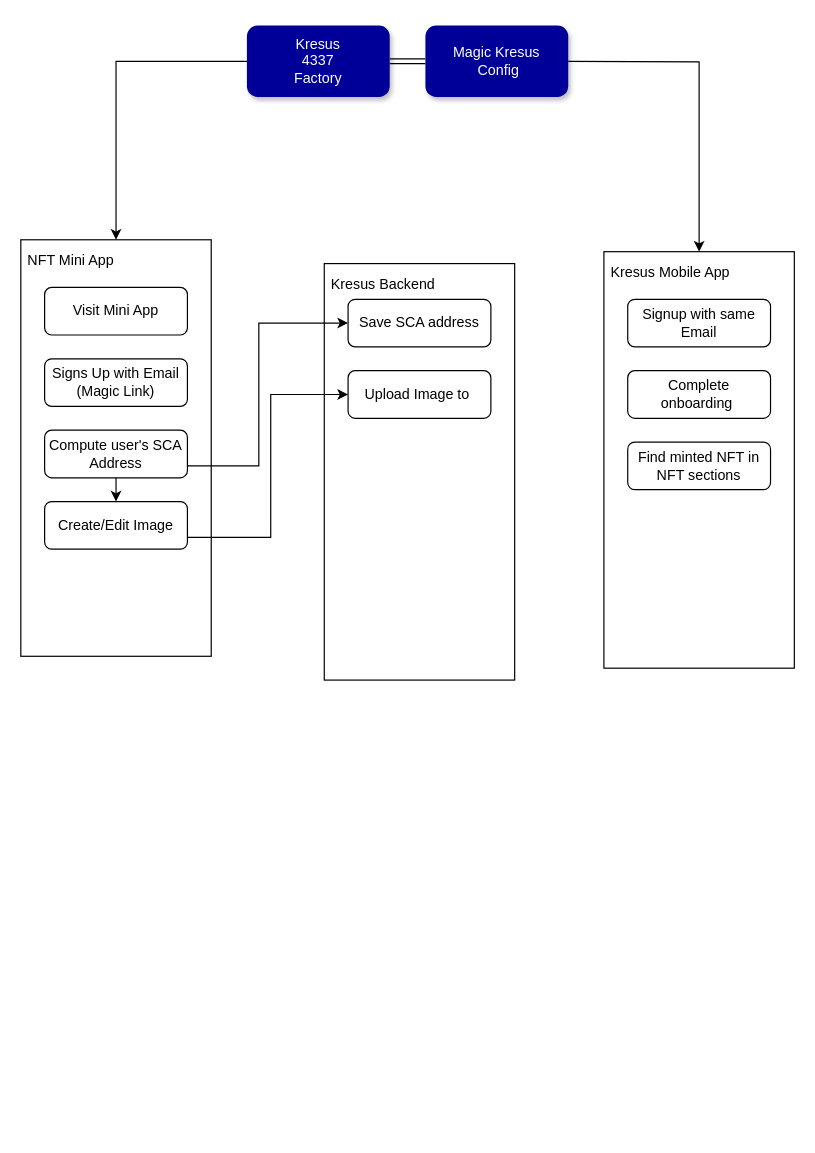
The draw.io diagram Kresus-miniApps.drawio in ali-05-ahmed/Concept-Diagrams, before the edit. Source tidied: cells renumbered, new cells numbered last; positions are measured from the earlier drawing's top-left corner, leaving out a move shared by most shapes. Both pictures are drawn from the tidied source at 119%, with x=0, y=0 at pixel (20, 25).
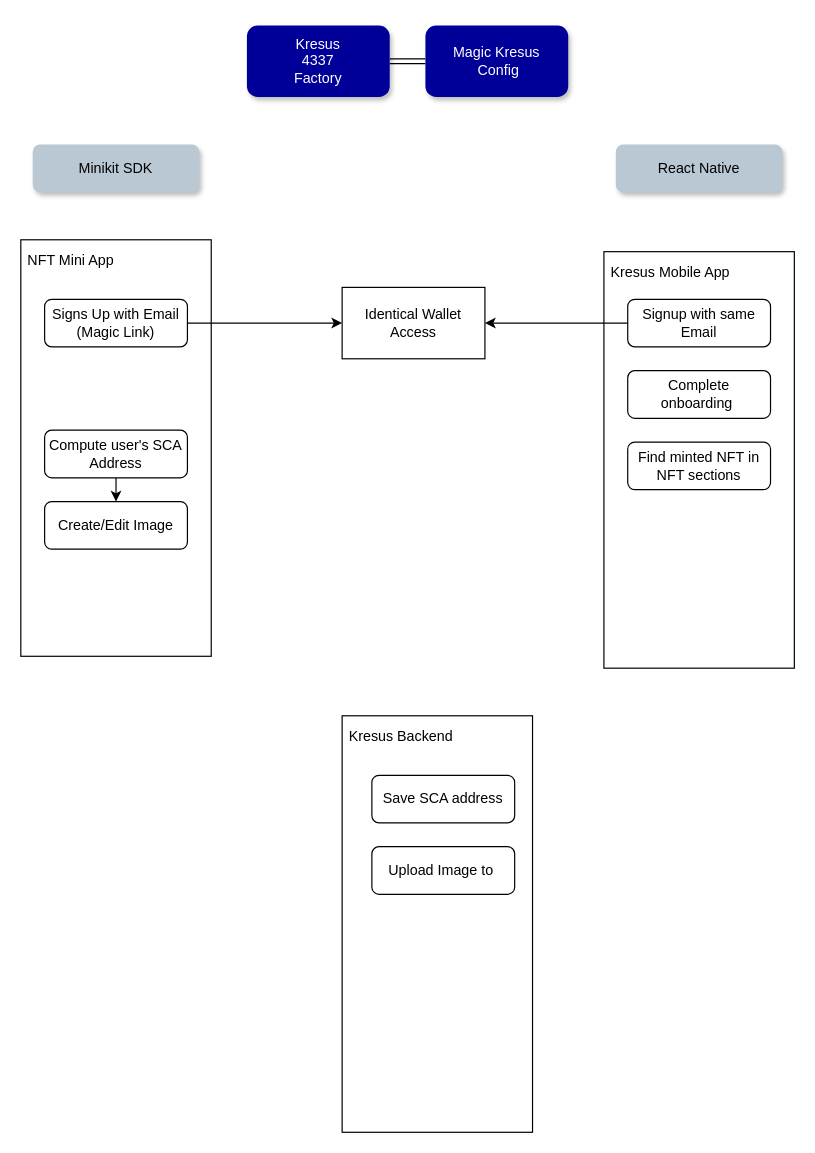
After the change.

The change refers to these unchanged cells:
```xml
<mxCell id="2" value="NFT Mini App" style="rounded=0;whiteSpace=wrap;html=1;align=left;verticalAlign=top;spacing=6;" parent="1" vertex="1">
  <mxGeometry y="180" width="160" height="350" as="geometry" />
</mxCell>
<mxCell id="8" value="Compute user's SCA&lt;br&gt;Address" style="rounded=1;whiteSpace=wrap;html=1;" parent="1" vertex="1">
  <mxGeometry x="20" y="340" width="120" height="40" as="geometry" />
</mxCell>
<mxCell id="11" value="Create/Edit Image" style="rounded=1;whiteSpace=wrap;html=1;" parent="1" vertex="1">
  <mxGeometry x="20" y="400" width="120" height="40" as="geometry" />
</mxCell>
<mxCell id="14" value="Kresus Mobile App" style="rounded=0;whiteSpace=wrap;html=1;align=left;verticalAlign=top;spacing=6;" parent="13" vertex="1">
  <mxGeometry width="160" height="350" as="geometry" />
</mxCell>
<mxCell id="15" value="Signup with same&lt;br&gt;Email" style="rounded=1;whiteSpace=wrap;html=1;" parent="13" vertex="1">
  <mxGeometry x="20" y="40" width="120" height="40" as="geometry" />
</mxCell>
<mxCell id="21" value="&lt;font style=&quot;color: rgb(255, 255, 255);&quot;&gt;Kresus&lt;br&gt;4337&lt;br&gt;Factory&lt;/font&gt;" style="rounded=1;whiteSpace=wrap;html=1;fillColor=light-dark(#000099, #ededed);strokeColor=none;shadow=1;" parent="1" vertex="1">
  <mxGeometry x="190" width="120" height="60" as="geometry" />
</mxCell>
```

What changed in the source:
```diff
@@
     <mxCell id="3" value="Kresus Backend" style="rounded=0;whiteSpace=wrap;html=1;align=left;verticalAlign=top;spacing=6;" parent="1" vertex="1">
-      <mxGeometry x="255" y="200" width="160" height="350" as="geometry" />
+      <mxGeometry x="270" y="580" width="160" height="350" as="geometry" />
     </mxCell>
-    <mxCell id="4" value="Visit Mini App" style="rounded=1;whiteSpace=wrap;html=1;" parent="1" vertex="1">
-      <mxGeometry x="20" y="220" width="120" height="40" as="geometry" />
-    </mxCell>
+    <mxCell id="23" style="edgeStyle=orthogonalEdgeStyle;rounded=0;jettySize=auto;html=1;" parent="1" edge="1" source="5" target="26">
+      <mxGeometry relative="1" as="geometry" />
+    </mxCell>
     <mxCell id="5" value="Signs Up with Email&lt;br&gt;(Magic Link)" style="rounded=1;whiteSpace=wrap;html=1;" parent="1" vertex="1">
-      <mxGeometry x="20" y="280" width="120" height="40" as="geometry" />
+      <mxGeometry x="20" y="230" width="120" height="40" as="geometry" />
     </mxCell>
-    <mxCell id="6" style="edgeStyle=orthogonalEdgeStyle;rounded=0;jettySize=auto;html=1;exitX=1;exitY=0.5;exitDx=0;exitDy=0;entryX=0;entryY=0.5;entryDx=0;entryDy=0;" parent="1" edge="1" source="8" target="9">
-      <mxGeometry relative="1" as="geometry">
-        <Array as="points">
-          <mxPoint x="200" y="370" />
-          <mxPoint x="200" y="250" />
-        </Array>
-      </mxGeometry>
-    </mxCell>
@@
     <mxCell id="9" value="Save SCA address" style="rounded=1;whiteSpace=wrap;html=1;" parent="1" vertex="1">
-      <mxGeometry x="275" y="230" width="120" height="40" as="geometry" />
+      <mxGeometry x="295" y="630" width="120" height="40" as="geometry" />
     </mxCell>
-    <mxCell id="10" style="edgeStyle=orthogonalEdgeStyle;rounded=0;jettySize=auto;html=1;exitX=1;exitY=0.5;exitDx=0;exitDy=0;entryX=0;entryY=0.5;entryDx=0;entryDy=0;" parent="1" edge="1" source="11" target="12">
-      <mxGeometry relative="1" as="geometry">
-        <Array as="points">
-          <mxPoint x="210" y="430" />
-          <mxPoint x="210" y="310" />
-        </Array>
-      </mxGeometry>
-    </mxCell>
@@
     <mxCell id="12" value="Upload Image to&amp;nbsp;" style="rounded=1;whiteSpace=wrap;html=1;" parent="1" vertex="1">
-      <mxGeometry x="275" y="290" width="120" height="40" as="geometry" />
+      <mxGeometry x="295" y="690" width="120" height="40" as="geometry" />
     </mxCell>
@@
-    <mxCell id="18" style="edgeStyle=orthogonalEdgeStyle;rounded=0;jettySize=auto;html=1;" parent="1" edge="1" target="14">
-      <mxGeometry relative="1" as="geometry">
-        <mxPoint x="460" y="30" as="sourcePoint" />
-      </mxGeometry>
-    </mxCell>
@@
-    <mxCell id="20" style="edgeStyle=orthogonalEdgeStyle;rounded=0;jettySize=auto;html=1;entryX=0.5;entryY=0;entryDx=0;entryDy=0;" parent="1" edge="1" source="21" target="2">
-      <mxGeometry relative="1" as="geometry">
-        <Array as="points">
-          <mxPoint x="80" y="30" />
-        </Array>
-      </mxGeometry>
-    </mxCell>
@@
+    <mxCell id="24" value="Minikit SDK" style="rounded=1;whiteSpace=wrap;html=1;fillColor=#bac8d3;strokeColor=none;shadow=1;" parent="1" vertex="1">
+      <mxGeometry x="10" y="100" width="140" height="40" as="geometry" />
+    </mxCell>
+    <mxCell id="25" value="React Native" style="rounded=1;whiteSpace=wrap;html=1;fillColor=#bac8d3;strokeColor=none;shadow=1;" parent="1" vertex="1">
+      <mxGeometry x="500" y="100" width="140" height="40" as="geometry" />
+    </mxCell>
+    <mxCell id="26" value="Identical Wallet Access" style="rounded=0;whiteSpace=wrap;html=1;" parent="1" vertex="1">
+      <mxGeometry x="270" y="220" width="120" height="60" as="geometry" />
+    </mxCell>
+    <mxCell id="27" style="edgeStyle=orthogonalEdgeStyle;rounded=0;jettySize=auto;html=1;" parent="1" edge="1" source="15" target="26">
+      <mxGeometry relative="1" as="geometry" />
+    </mxCell>
```
